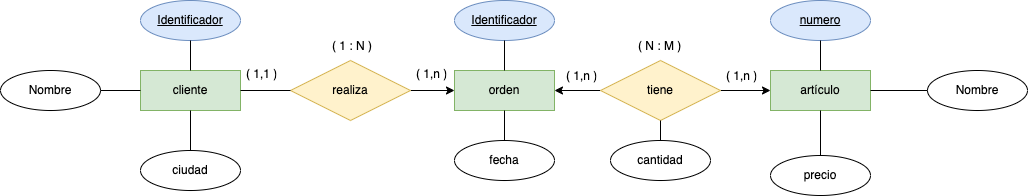
This is NORMALIZACION/tareas/tarea5/img/3fn.drawio.png from MoisesALH/base-datos, a draw.io export, as it was before one commit. Source tidied: cells renumbered, new cells last; positions are measured from the earlier drawing's top-left corner, leaving out a move shared by most shapes.
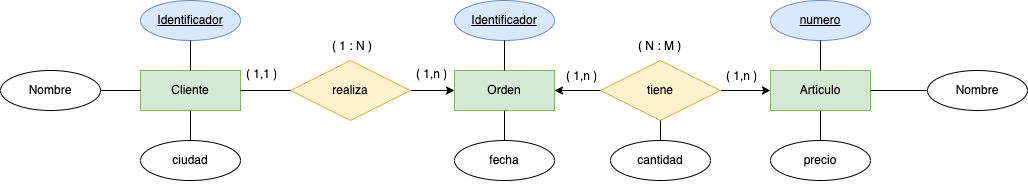
Above is the later version.

The edit, as a diff of the source:
```diff
@@ -2,10 +2,10 @@
   <root>
     <mxCell id="0" />
     <mxCell id="1" parent="0" />
-    <mxCell id="2" value="cliente" style="whiteSpace=wrap;html=1;align=center;fillColor=#d5e8d4;strokeColor=#82b366;" parent="1" vertex="1">
+    <mxCell id="2" value="Cliente" style="whiteSpace=wrap;html=1;align=center;fillColor=#d5e8d4;strokeColor=#82b366;" parent="1" vertex="1">
       <mxGeometry x="140" y="70" width="100" height="40" as="geometry" />
     </mxCell>
-    <mxCell id="3" value="artículo" style="whiteSpace=wrap;html=1;align=center;fillColor=#d5e8d4;strokeColor=#82b366;" parent="1" vertex="1">
+    <mxCell id="3" value="Artículo" style="whiteSpace=wrap;html=1;align=center;fillColor=#d5e8d4;strokeColor=#82b366;" parent="1" vertex="1">
       <mxGeometry x="770" y="70" width="100" height="40" as="geometry" />
     </mxCell>
     <mxCell id="4" style="edgeStyle=orthogonalEdgeStyle;rounded=0;jettySize=auto;html=1;entryX=0;entryY=0.5;entryDx=0;entryDy=0;" parent="1" edge="1" source="5" target="23">
@@ -27,7 +27,7 @@
       <mxGeometry relative="1" as="geometry" />
     </mxCell>
     <mxCell id="10" value="precio" style="ellipse;whiteSpace=wrap;html=1;align=center;" parent="1" vertex="1">
-      <mxGeometry x="770" y="155" width="100" height="40" as="geometry" />
+      <mxGeometry x="770" y="140" width="100" height="40" as="geometry" />
     </mxCell>
     <mxCell id="11" style="endArrow=none;html=1;rounded=0;exitX=0.5;exitY=0;exitDx=0;exitDy=0;entryX=0.5;entryY=1;entryDx=0;entryDy=0;" parent="1" edge="1" source="10" target="3">
       <mxGeometry relative="1" as="geometry" />
@@ -51,7 +51,7 @@
       <mxGeometry relative="1" as="geometry" />
     </mxCell>
     <mxCell id="18" value="ciudad" style="ellipse;whiteSpace=wrap;html=1;align=center;" parent="1" vertex="1">
-      <mxGeometry x="140" y="150" width="100" height="40" as="geometry" />
+      <mxGeometry x="140" y="140" width="100" height="40" as="geometry" />
     </mxCell>
     <mxCell id="19" style="endArrow=none;html=1;rounded=0;exitX=0.5;exitY=0;exitDx=0;exitDy=0;entryX=0.5;entryY=1;entryDx=0;entryDy=0;" parent="1" edge="1" source="18" target="2">
       <mxGeometry relative="1" as="geometry" />
@@ -65,7 +65,7 @@
     <mxCell id="22" value="( N : M )" style="text;strokeColor=none;fillColor=none;spacingLeft=4;spacingRight=4;overflow=hidden;fontSize=12;" parent="1" vertex="1">
       <mxGeometry x="632" y="32" width="60" height="30" as="geometry" />
     </mxCell>
-    <mxCell id="23" value="orden" style="whiteSpace=wrap;html=1;align=center;fillColor=#d5e8d4;strokeColor=#82b366;" parent="1" vertex="1">
+    <mxCell id="23" value="Orden" style="whiteSpace=wrap;html=1;align=center;fillColor=#d5e8d4;strokeColor=#82b366;" parent="1" vertex="1">
       <mxGeometry x="454" y="70" width="100" height="40" as="geometry" />
     </mxCell>
     <mxCell id="24" style="endArrow=none;html=1;rounded=0;exitX=0;exitY=0.5;exitDx=0;exitDy=0;entryX=1;entryY=0.5;entryDx=0;entryDy=0;" parent="1" edge="1" source="5" target="2">
```
